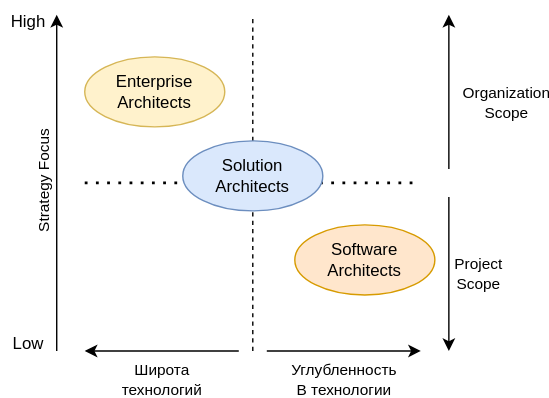
This is 1. Tech Skills/0. Архитектура/0. Solution Architecture/schemas/arch_lanscape.svg from aleksei-khitev/knowledge_base, a draw.io export, as it was before one commit. Source tidied: cells renumbered, new cells last; positions are measured from the earlier drawing's top-left corner, leaving out a move shared by most shapes.
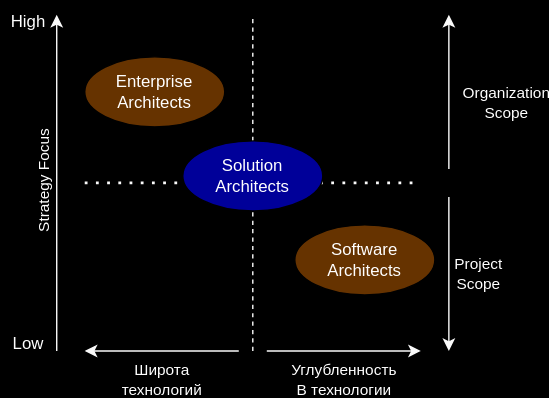
Later version of the same file.

Commit message:
llm, arch

The edit, as a diff of the source:
```diff
@@ -1,85 +1,85 @@
-<mxGraphModel>
+<mxGraphModel background="#000000">
   <root>
     <mxCell id="0" />
     <mxCell id="1" parent="0" />
-    <mxCell id="2" style="endArrow=none;dashed=1;html=1;rounded=0;labelBackgroundColor=none;fontColor=default;" parent="1" edge="1">
+    <mxCell id="2" style="endArrow=none;dashed=1;html=1;rounded=0;labelBackgroundColor=none;fontColor=default;strokeColor=#fafafa;" parent="1" edge="1">
       <mxGeometry relative="1" as="geometry">
         <mxPoint x="180" y="250" as="sourcePoint" />
         <mxPoint x="180" y="10" as="targetPoint" />
       </mxGeometry>
     </mxCell>
-    <mxCell id="3" style="endArrow=none;dashed=1;html=1;dashPattern=1 3;strokeWidth=2;rounded=0;labelBackgroundColor=none;fontColor=default;" parent="1" edge="1">
+    <mxCell id="3" style="endArrow=none;dashed=1;html=1;dashPattern=1 3;strokeWidth=2;rounded=0;labelBackgroundColor=none;fontColor=default;strokeColor=#fafafa;" parent="1" edge="1">
       <mxGeometry relative="1" as="geometry">
         <mxPoint x="60" y="130" as="sourcePoint" />
         <mxPoint x="300" y="130" as="targetPoint" />
       </mxGeometry>
     </mxCell>
-    <mxCell id="4" value="Solution&lt;br&gt;Architects" style="ellipse;whiteSpace=wrap;html=1;labelBackgroundColor=none;fillColor=#dae8fc;strokeColor=#6c8ebf;" parent="1" vertex="1">
+    <mxCell id="4" value="Solution&lt;br&gt;Architects" style="ellipse;whiteSpace=wrap;html=1;labelBackgroundColor=none;fontColor=#FFFFFF;fillColor=#000099;" parent="1" vertex="1">
       <mxGeometry x="130" y="100" width="100" height="50" as="geometry" />
     </mxCell>
-    <mxCell id="5" value="Enterprise&lt;br&gt;Architects" style="ellipse;whiteSpace=wrap;html=1;labelBackgroundColor=none;fillColor=#fff2cc;strokeColor=#d6b656;" parent="1" vertex="1">
+    <mxCell id="5" value="Enterprise&lt;br&gt;Architects" style="ellipse;whiteSpace=wrap;html=1;labelBackgroundColor=none;fontColor=#FFFFFF;fillColor=#663300;" parent="1" vertex="1">
       <mxGeometry x="60" y="40" width="100" height="50" as="geometry" />
     </mxCell>
-    <mxCell id="6" value="Software&lt;br&gt;Architects" style="ellipse;whiteSpace=wrap;html=1;labelBackgroundColor=none;fillColor=#ffe6cc;strokeColor=#d79b00;" parent="1" vertex="1">
+    <mxCell id="6" value="Software&lt;br&gt;Architects" style="ellipse;whiteSpace=wrap;html=1;labelBackgroundColor=none;fontColor=#FFFFFF;fillColor=#663300;" parent="1" vertex="1">
       <mxGeometry x="210" y="160" width="100" height="50" as="geometry" />
     </mxCell>
-    <mxCell id="7" style="endArrow=classic;html=1;rounded=0;labelBackgroundColor=none;fontColor=default;" parent="1" edge="1">
+    <mxCell id="7" style="endArrow=classic;html=1;rounded=0;labelBackgroundColor=none;fontColor=default;strokeColor=#fafafa;" parent="1" edge="1">
       <mxGeometry relative="1" as="geometry">
         <mxPoint x="40" y="250" as="sourcePoint" />
         <mxPoint x="40" y="10" as="targetPoint" />
       </mxGeometry>
     </mxCell>
-    <mxCell id="8" value="Strategy Focus" style="edgeLabel;html=1;align=center;verticalAlign=middle;horizontal=0;labelBackgroundColor=none;" parent="7" vertex="1">
+    <mxCell id="8" value="Strategy Focus" style="edgeLabel;html=1;align=center;verticalAlign=middle;horizontal=0;labelBackgroundColor=none;fontColor=#FFFFFF;" parent="7" vertex="1">
       <mxGeometry x="-0.12" y="4" relative="1" as="geometry">
         <mxPoint x="-6" y="-14" as="offset" />
       </mxGeometry>
     </mxCell>
-    <mxCell id="9" value="Low" style="text;html=1;strokeColor=none;fillColor=none;align=center;verticalAlign=middle;whiteSpace=wrap;rounded=0;labelBackgroundColor=none;" parent="1" vertex="1">
+    <mxCell id="9" value="Low" style="text;html=1;strokeColor=none;fillColor=none;align=center;verticalAlign=middle;whiteSpace=wrap;rounded=0;labelBackgroundColor=none;fontColor=#FFFFFF;" parent="1" vertex="1">
       <mxGeometry y="230" width="40" height="30" as="geometry" />
     </mxCell>
-    <mxCell id="10" value="High" style="text;html=1;strokeColor=none;fillColor=none;align=center;verticalAlign=middle;whiteSpace=wrap;rounded=0;labelBackgroundColor=none;" parent="1" vertex="1">
+    <mxCell id="10" value="High" style="text;html=1;strokeColor=none;fillColor=none;align=center;verticalAlign=middle;whiteSpace=wrap;rounded=0;labelBackgroundColor=none;fontColor=#FFFFFF;" parent="1" vertex="1">
       <mxGeometry width="40" height="30" as="geometry" />
     </mxCell>
-    <mxCell id="11" style="endArrow=classic;html=1;rounded=0;labelBackgroundColor=none;fontColor=default;" parent="1" edge="1">
+    <mxCell id="11" style="endArrow=classic;html=1;rounded=0;labelBackgroundColor=none;fontColor=default;strokeColor=#fafafa;" parent="1" edge="1">
       <mxGeometry relative="1" as="geometry">
         <mxPoint x="190" y="250" as="sourcePoint" />
         <mxPoint x="300" y="250" as="targetPoint" />
       </mxGeometry>
     </mxCell>
-    <mxCell id="12" value="Углубленность&lt;br&gt;В технологии" style="edgeLabel;html=1;align=center;verticalAlign=middle;labelBackgroundColor=none;" parent="11" vertex="1">
+    <mxCell id="12" value="Углубленность&lt;br&gt;В технологии" style="edgeLabel;html=1;align=center;verticalAlign=middle;labelBackgroundColor=none;fontColor=#FFFFFF;" parent="11" vertex="1">
       <mxGeometry x="0.17" y="1" relative="1" as="geometry">
         <mxPoint x="-10" y="21" as="offset" />
       </mxGeometry>
     </mxCell>
-    <mxCell id="13" style="endArrow=classic;html=1;rounded=0;labelBackgroundColor=none;fontColor=default;" parent="1" edge="1">
+    <mxCell id="13" style="endArrow=classic;html=1;rounded=0;labelBackgroundColor=none;fontColor=default;strokeColor=#fafafa;" parent="1" edge="1">
       <mxGeometry relative="1" as="geometry">
         <mxPoint x="170" y="250" as="sourcePoint" />
         <mxPoint x="60" y="250" as="targetPoint" />
       </mxGeometry>
     </mxCell>
-    <mxCell id="14" value="Широта&lt;br&gt;технологий" style="edgeLabel;html=1;align=center;verticalAlign=middle;labelBackgroundColor=none;" parent="13" vertex="1">
+    <mxCell id="14" value="Широта&lt;br&gt;технологий" style="edgeLabel;html=1;align=center;verticalAlign=middle;labelBackgroundColor=none;fontColor=#FFFFFF;" parent="13" vertex="1">
       <mxGeometry x="0.02" y="-2" relative="1" as="geometry">
         <mxPoint y="22" as="offset" />
       </mxGeometry>
     </mxCell>
-    <mxCell id="15" style="endArrow=classic;html=1;rounded=0;labelBackgroundColor=none;fontColor=default;" parent="1" edge="1">
+    <mxCell id="15" style="endArrow=classic;html=1;rounded=0;labelBackgroundColor=none;fontColor=default;strokeColor=#fafafa;" parent="1" edge="1">
       <mxGeometry relative="1" as="geometry">
         <mxPoint x="320" y="140" as="sourcePoint" />
         <mxPoint x="320" y="250" as="targetPoint" />
       </mxGeometry>
     </mxCell>
-    <mxCell id="16" value="Project&lt;br&gt;Scope" style="edgeLabel;html=1;align=center;verticalAlign=middle;labelBackgroundColor=none;" parent="15" vertex="1">
+    <mxCell id="16" value="Project&lt;br&gt;Scope" style="edgeLabel;html=1;align=center;verticalAlign=middle;labelBackgroundColor=none;fontColor=#FFFFFF;" parent="15" vertex="1">
       <mxGeometry x="0.24" relative="1" as="geometry">
         <mxPoint x="20" y="-14" as="offset" />
       </mxGeometry>
     </mxCell>
-    <mxCell id="17" style="endArrow=classic;html=1;rounded=0;labelBackgroundColor=none;fontColor=default;" parent="1" edge="1">
+    <mxCell id="17" style="endArrow=classic;html=1;rounded=0;labelBackgroundColor=none;fontColor=default;strokeColor=#fafafa;" parent="1" edge="1">
       <mxGeometry relative="1" as="geometry">
         <mxPoint x="320" y="120" as="sourcePoint" />
         <mxPoint x="320" y="10" as="targetPoint" />
       </mxGeometry>
     </mxCell>
-    <mxCell id="18" value="Organization&lt;br&gt;Scope" style="edgeLabel;html=1;align=center;verticalAlign=middle;labelBackgroundColor=none;" parent="17" vertex="1">
+    <mxCell id="18" value="Organization&lt;br&gt;Scope" style="edgeLabel;html=1;align=center;verticalAlign=middle;labelBackgroundColor=none;fontColor=#FFFFFF;" parent="17" vertex="1">
       <mxGeometry x="-0.13" relative="1" as="geometry">
         <mxPoint x="40" as="offset" />
       </mxGeometry>
```
